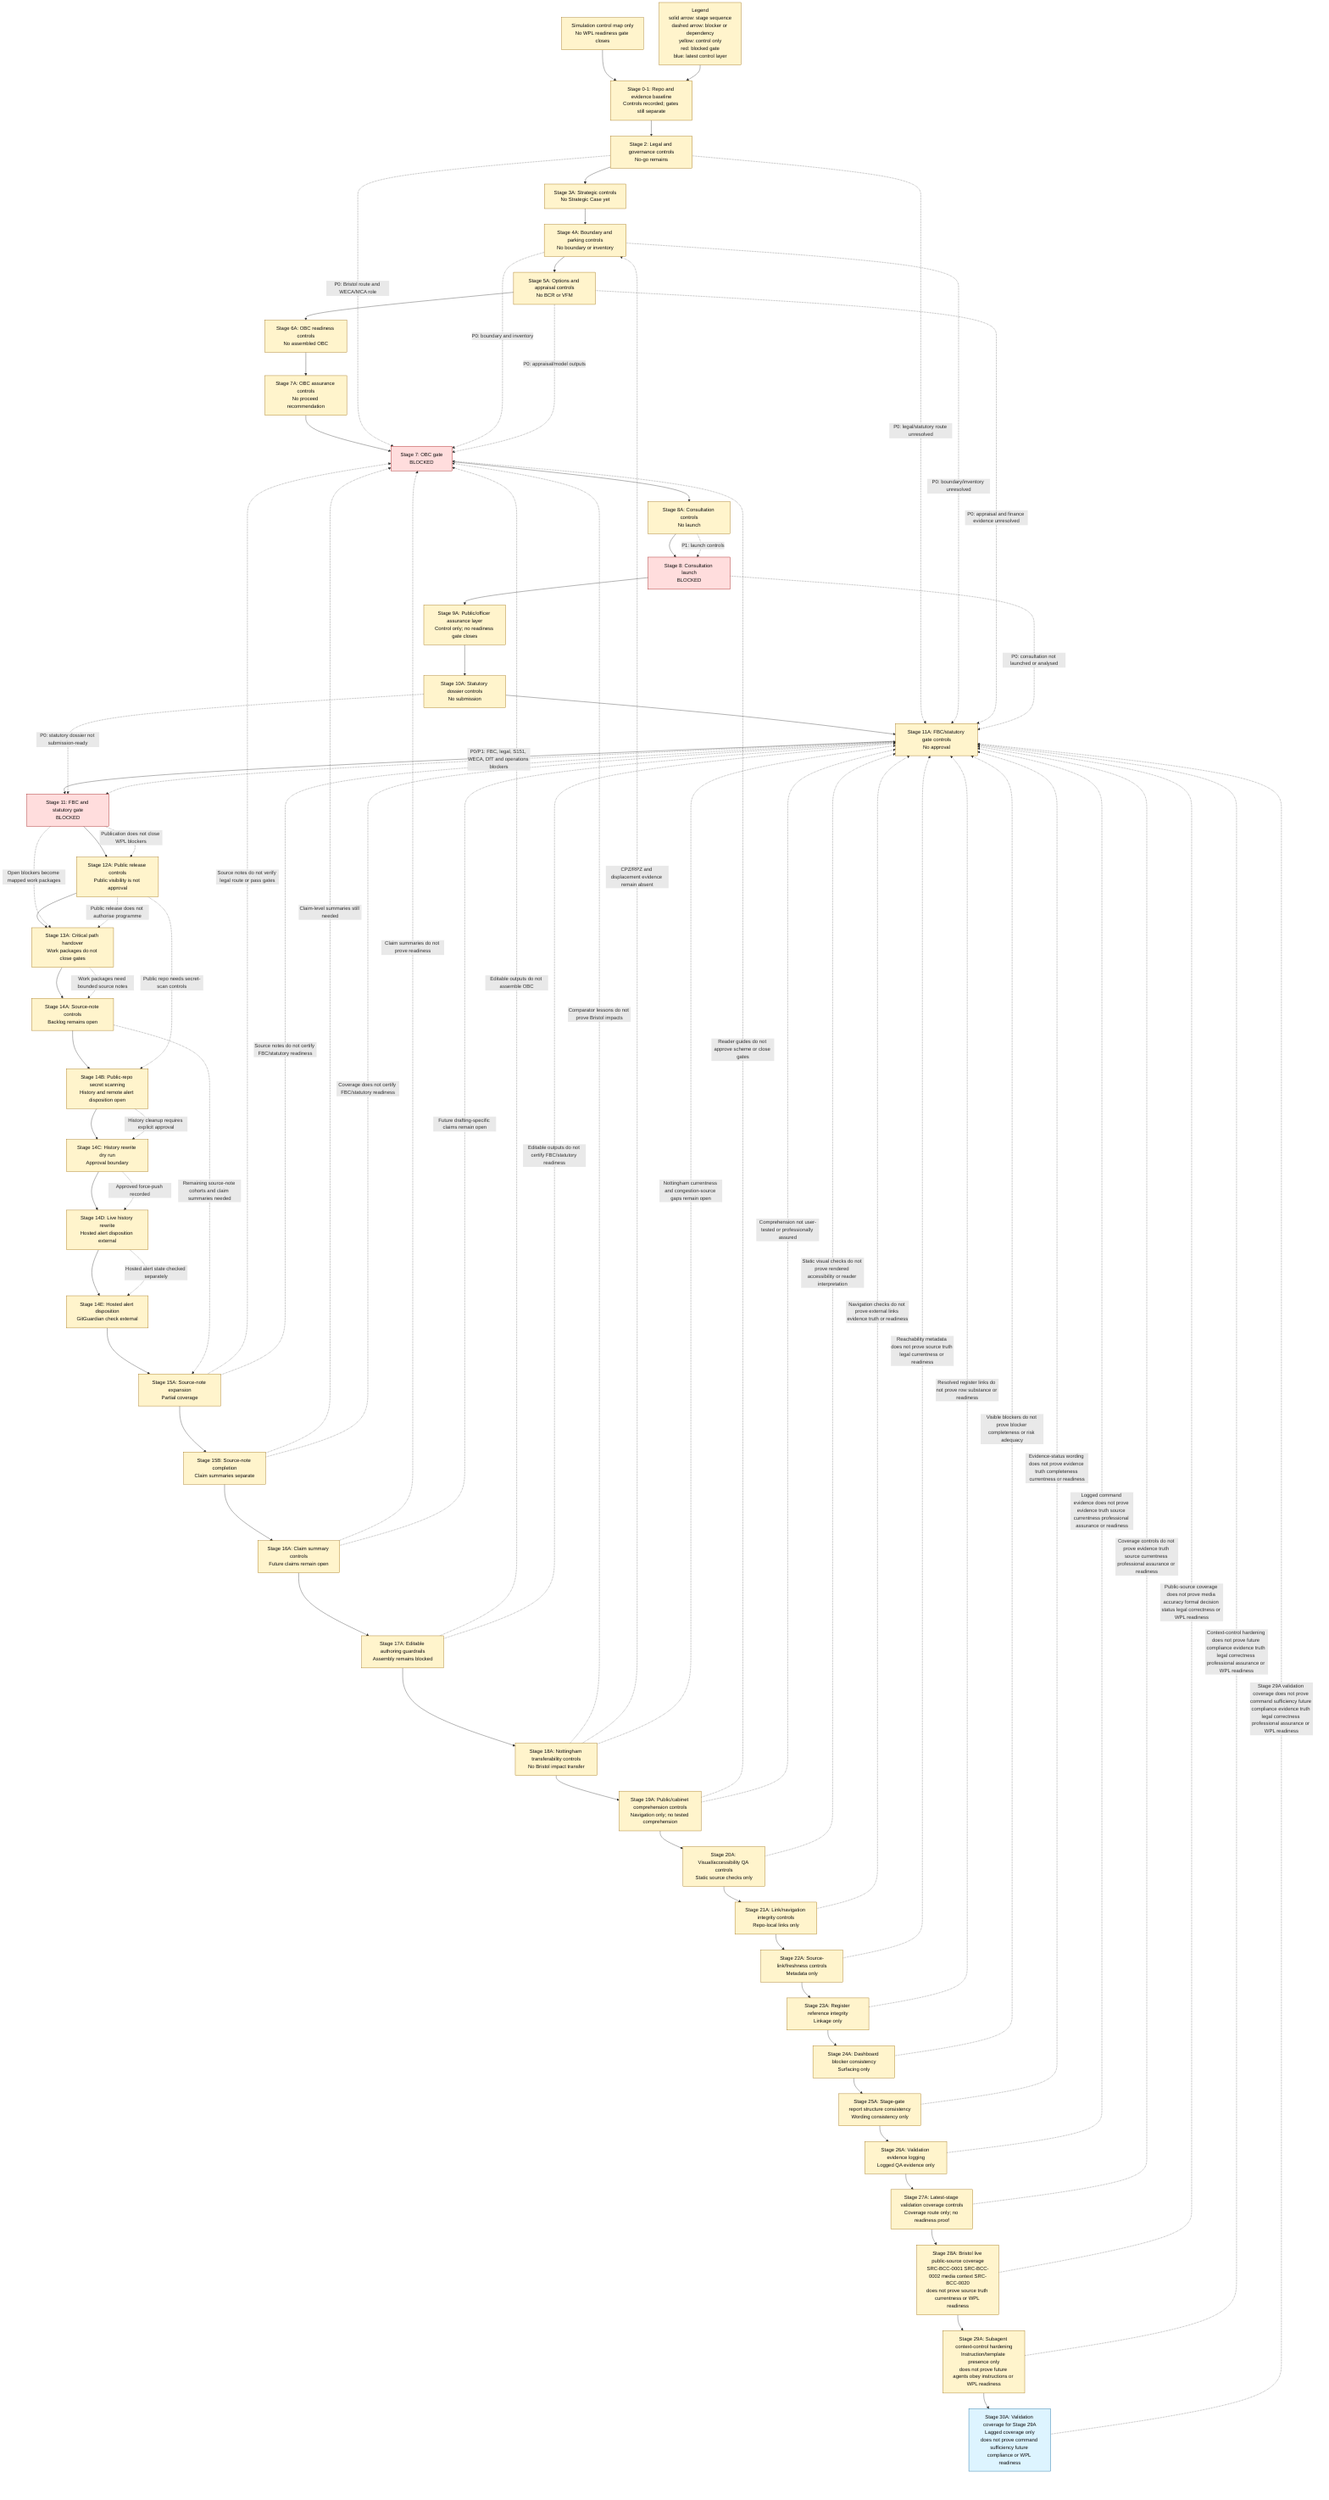
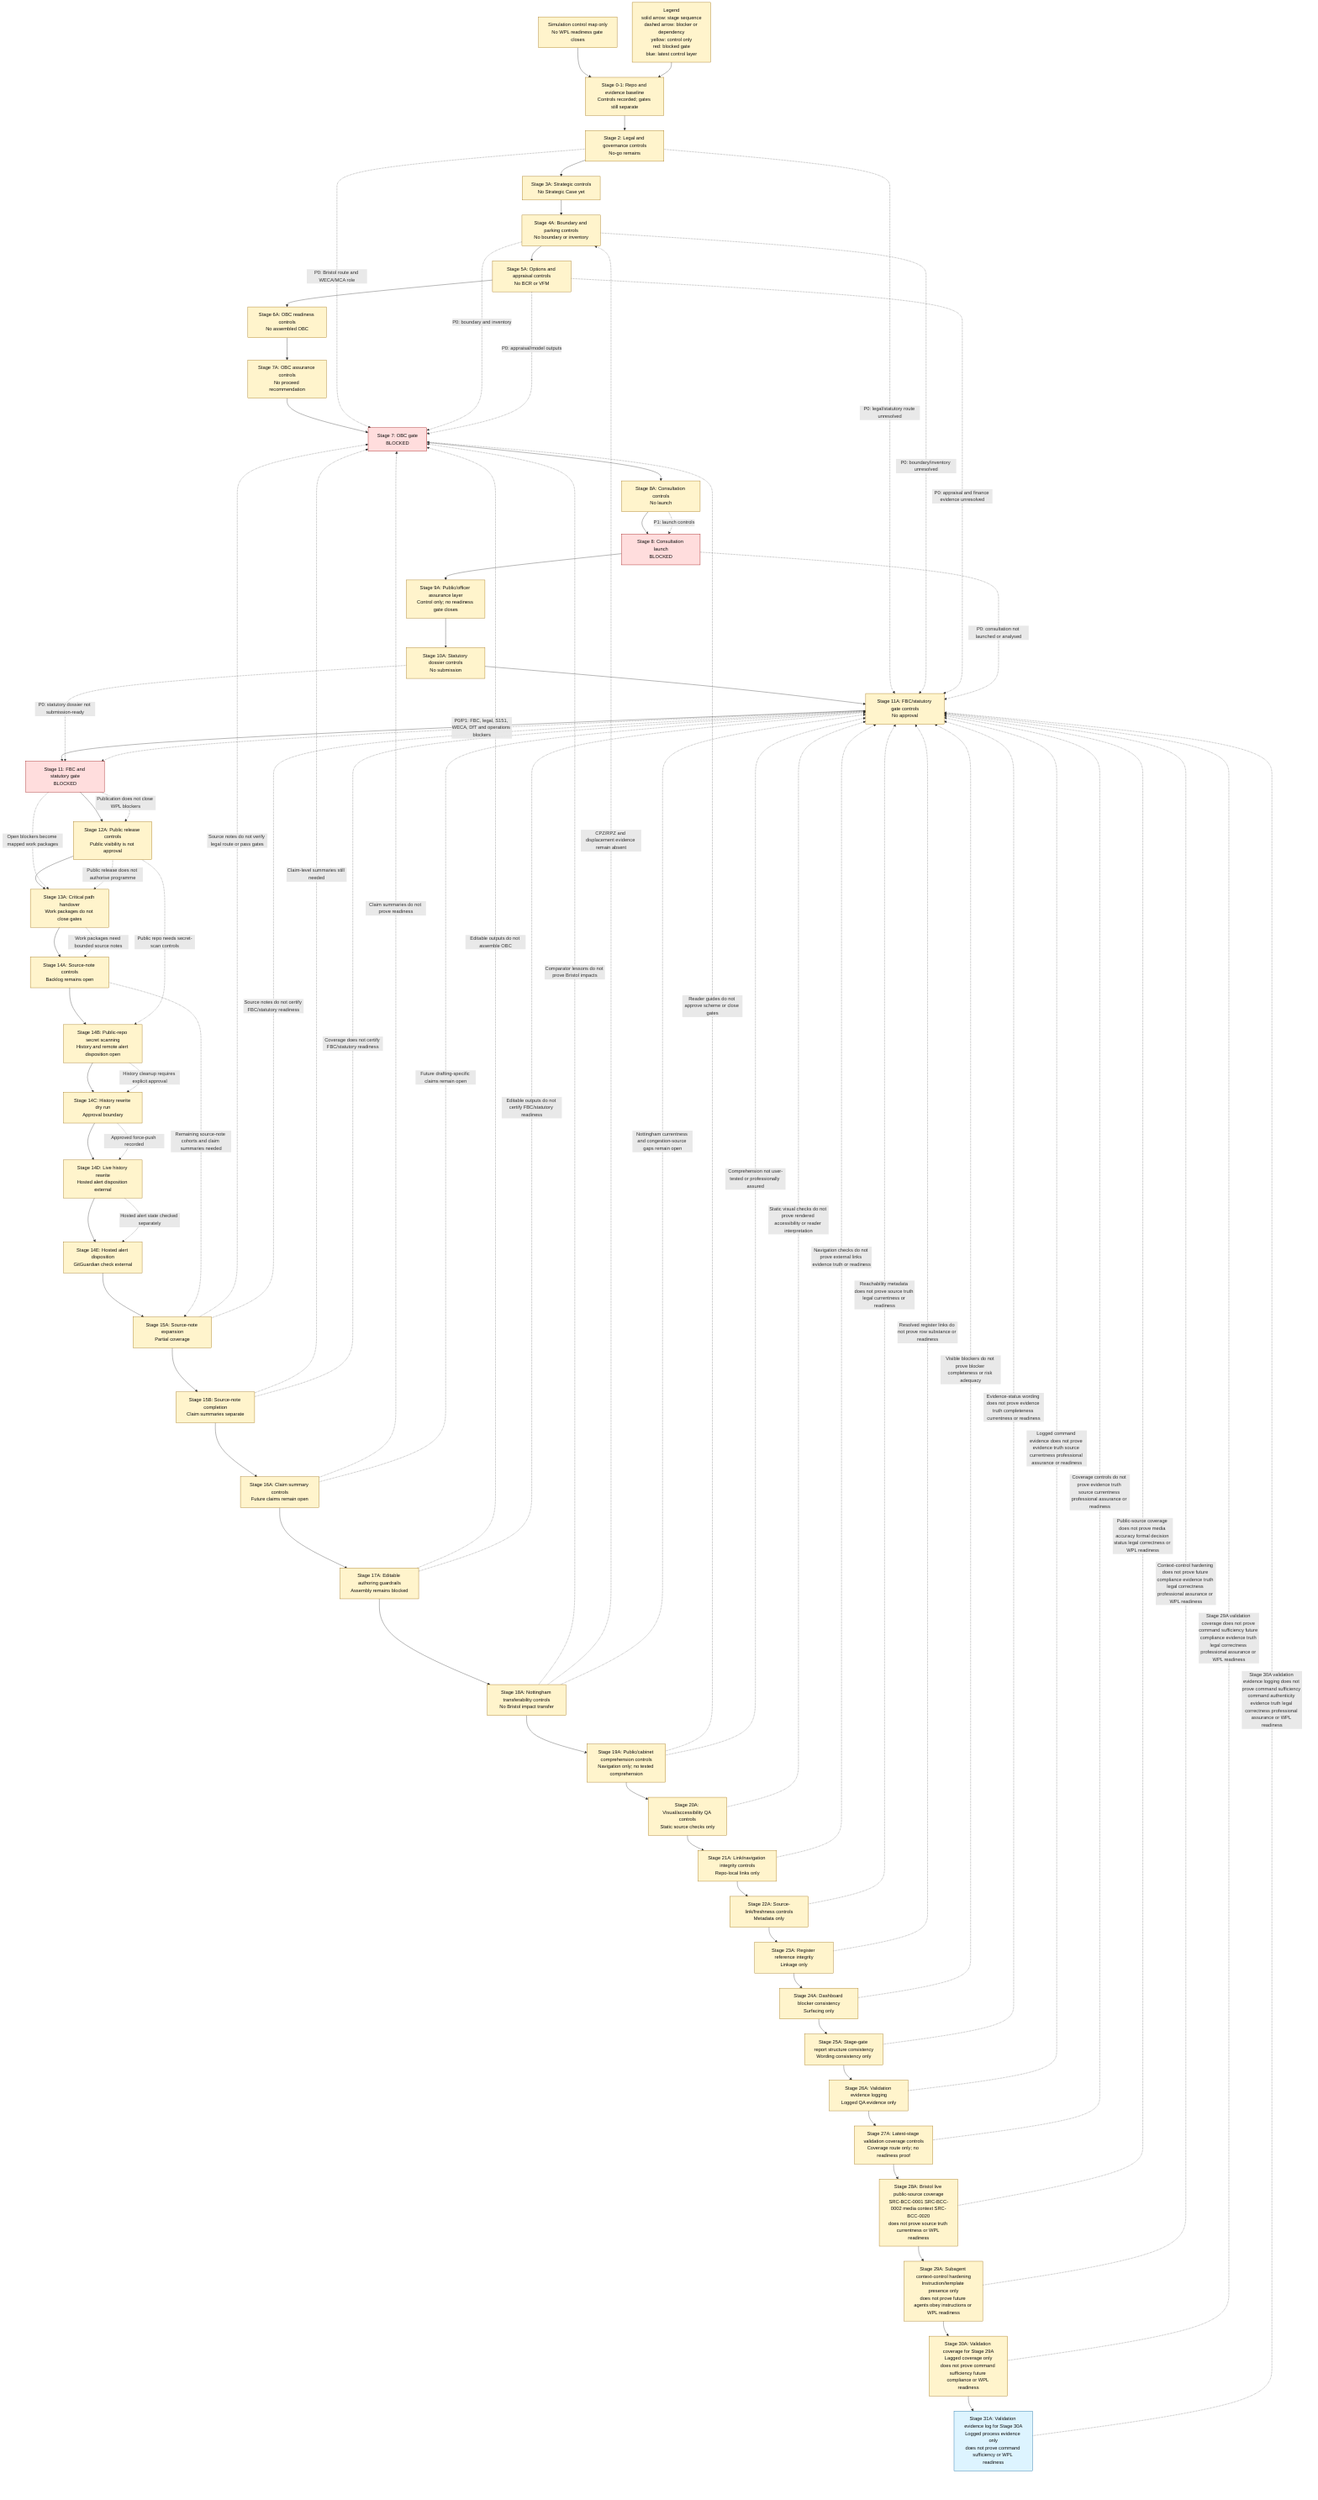
flowchart TD
    Caption["Simulation control map only<br/>No WPL readiness gate closes"]
    Legend["Legend<br/>solid arrow: stage sequence<br/>dashed arrow: blocker or dependency<br/>yellow: control only<br/>red: blocked gate<br/>blue: latest control layer"]
    Caption --> A
    Legend --> A
    A["Stage 0-1: Repo and evidence baseline<br/>Controls recorded; gates still separate"] --> B["Stage 2: Legal and governance controls<br/>No-go remains"]
    B --> C["Stage 3A: Strategic controls<br/>No Strategic Case yet"]
    C --> D["Stage 4A: Boundary and parking controls<br/>No boundary or inventory"]
    D --> E["Stage 5A: Options and appraisal controls<br/>No BCR or VFM"]
    E --> F["Stage 6A: OBC readiness controls<br/>No assembled OBC"]
    F --> F2["Stage 7A: OBC assurance controls<br/>No proceed recommendation"]
    F2 --> G["Stage 7: OBC gate<br/>BLOCKED"]
    G --> H["Stage 8A: Consultation controls<br/>No launch"]
    H --> I["Stage 8: Consultation launch<br/>BLOCKED"]
    I --> J["Stage 9A: Public/officer assurance layer<br/>Control only; no readiness gate closes"]
    J --> J2["Stage 10A: Statutory dossier controls<br/>No submission"]
    J2 --> K2["Stage 11A: FBC/statutory gate controls<br/>No approval"]
    K2 --> K["Stage 11: FBC and statutory gate<br/>BLOCKED"]
    K --> L["Stage 12A: Public release controls<br/>Public visibility is not approval"]
    L --> M["Stage 13A: Critical path handover<br/>Work packages do not close gates"]
    M --> N["Stage 14A: Source-note controls<br/>Backlog remains open"]
    N --> O["Stage 14B: Public-repo secret scanning<br/>History and remote alert disposition open"]
    O --> P["Stage 14C: History rewrite dry run<br/>Approval boundary"]
    P --> Q["Stage 14D: Live history rewrite<br/>Hosted alert disposition external"]
    Q --> R["Stage 14E: Hosted alert disposition<br/>GitGuardian check external"]
    R --> S["Stage 15A: Source-note expansion<br/>Partial coverage"]
    S --> T["Stage 15B: Source-note completion<br/>Claim summaries separate"]
    T --> U["Stage 16A: Claim summary controls<br/>Future claims remain open"]
    U --> V["Stage 17A: Editable authoring guardrails<br/>Assembly remains blocked"]
    V --> W["Stage 18A: Nottingham transferability controls<br/>No Bristol impact transfer"]
    W --> X["Stage 19A: Public/cabinet comprehension controls<br/>Navigation only; no tested comprehension"]
    X --> Y["Stage 20A: Visual/accessibility QA controls<br/>Static source checks only"]
    Y --> Z["Stage 21A: Link/navigation integrity controls<br/>Repo-local links only"]
    Z --> AA["Stage 22A: Source-link/freshness controls<br/>Metadata only"]
    AA --> AB["Stage 23A: Register reference integrity<br/>Linkage only"]
    AB --> AC["Stage 24A: Dashboard blocker consistency<br/>Surfacing only"]
    AC --> AD["Stage 25A: Stage-gate report structure consistency<br/>Wording consistency only"]
    AD --> AE["Stage 26A: Validation evidence logging<br/>Logged QA evidence only"]
    AE --> AF["Stage 27A: Latest-stage validation coverage controls<br/>Coverage route only; no readiness proof"]
    AF --> AG["Stage 28A: Bristol live public-source coverage<br/>SRC-BCC-0001 SRC-BCC-0002 media context SRC-BCC-0020<br/>does not prove source truth currentness or WPL readiness"]
    AG --> AH["Stage 29A: Subagent context-control hardening<br/>Instruction/template presence only<br/>does not prove future agents obey instructions or WPL readiness"]
    AH --> AI["Stage 30A: Validation coverage for Stage 29A<br/>Lagged coverage only<br/>does not prove command sufficiency future compliance or WPL readiness"]
+     AI --> AJ["Stage 31A: Validation evidence log for Stage 30A<br/>Logged process evidence only<br/>does not prove command sufficiency or WPL readiness"]

    B -. "P0: Bristol route and WECA/MCA role" .-> G
    D -. "P0: boundary and inventory" .-> G
    E -. "P0: appraisal/model outputs" .-> G
    H -. "P1: launch controls" .-> I
    B -. "P0: legal/statutory route unresolved" .-> K2
    D -. "P0: boundary/inventory unresolved" .-> K2
    E -. "P0: appraisal and finance evidence unresolved" .-> K2
    I -. "P0: consultation not launched or analysed" .-> K2
    J2 -. "P0: statutory dossier not submission-ready" .-> K
    K2 -. "P0/P1: FBC, legal, S151, WECA, DfT and operations blockers" .-> K
    K -. "Publication does not close WPL blockers" .-> L
    K -. "Open blockers become mapped work packages" .-> M
    L -. "Public release does not authorise programme" .-> M
    M -. "Work packages need bounded source notes" .-> N
    L -. "Public repo needs secret-scan controls" .-> O
    O -. "History cleanup requires explicit approval" .-> P
    P -. "Approved force-push recorded" .-> Q
    Q -. "Hosted alert state checked separately" .-> R
    N -. "Remaining source-note cohorts and claim summaries needed" .-> S
    S -. "Source notes do not verify legal route or pass gates" .-> G
    S -. "Source notes do not certify FBC/statutory readiness" .-> K2
    T -. "Claim-level summaries still needed" .-> G
    T -. "Coverage does not certify FBC/statutory readiness" .-> K2
    U -. "Claim summaries do not prove readiness" .-> G
    U -. "Future drafting-specific claims remain open" .-> K2
    V -. "Editable outputs do not assemble OBC" .-> G
    V -. "Editable outputs do not certify FBC/statutory readiness" .-> K2
    W -. "Comparator lessons do not prove Bristol impacts" .-> G
    W -. "CPZ/RPZ and displacement evidence remain absent" .-> D
    W -. "Nottingham currentness and congestion-source gaps remain open" .-> K2
    X -. "Reader guides do not approve scheme or close gates" .-> G
    X -. "Comprehension not user-tested or professionally assured" .-> K2
    Y -. "Static visual checks do not prove rendered accessibility or reader interpretation" .-> K2
    Z -. "Navigation checks do not prove external links evidence truth or readiness" .-> K2
    AA -. "Reachability metadata does not prove source truth legal currentness or readiness" .-> K2
    AB -. "Resolved register links do not prove row substance or readiness" .-> K2
    AC -. "Visible blockers do not prove blocker completeness or risk adequacy" .-> K2
    AD -. "Evidence-status wording does not prove evidence truth completeness currentness or readiness" .-> K2
    AE -. "Logged command evidence does not prove evidence truth source currentness professional assurance or readiness" .-> K2
    AF -. "Coverage controls do not prove evidence truth source currentness professional assurance or readiness" .-> K2
    AG -. "Public-source coverage does not prove media accuracy formal decision status legal correctness or WPL readiness" .-> K2
    AH -. "Context-control hardening does not prove future compliance evidence truth legal correctness professional assurance or WPL readiness" .-> K2
    AI -. "Stage 29A validation coverage does not prove command sufficiency future compliance evidence truth legal correctness professional assurance or WPL readiness" .-> K2
+     AJ -. "Stage 30A validation evidence logging does not prove command sufficiency command authenticity evidence truth legal correctness professional assurance or WPL readiness" .-> K2

    classDef blocked fill:#ffdddd,stroke:#990000,color:#111111;
    classDef control fill:#fff4cc,stroke:#996600,color:#111111;
    classDef current fill:#ddf4ff,stroke:#005f99,color:#111111;

    class G,I,K blocked;
-     class A,B,C,D,E,F,F2,H,J,J2,K2,L,M,N,O,P,Q,R,S,T,U,V,W,X,Y,Z,AA,AB,AC,AD,AE,AF,AG,AH,Caption,Legend control;
-     class AI current;
+     class A,B,C,D,E,F,F2,H,J,J2,K2,L,M,N,O,P,Q,R,S,T,U,V,W,X,Y,Z,AA,AB,AC,AD,AE,AF,AG,AH,AI,Caption,Legend control;
+     class AJ current;
